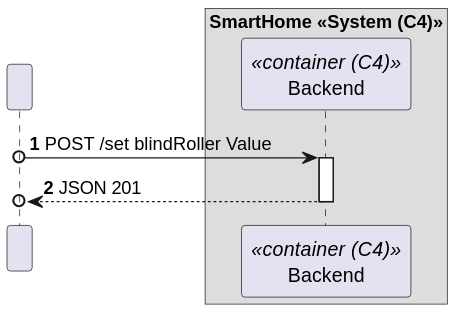
Before: docs/C4_4plus1_models/Level2/ProcessView/ProcessViewLevel2_UC16_v1.svg, a diagram exported from PlantUML (moutajDev/smarthome).
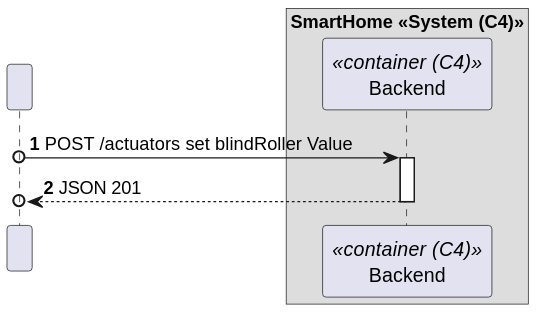
The same file after the commit.

The edit, as a diff of the source:
```diff
@@ -8,7 +8,7 @@
     participant Backend as BE<<container (C4)>>
     end box
 
-HTTP o-> BE : POST /set blindRoller Value
+HTTP o-> BE : POST /actuators set blindRoller Value
 activate BE
 
 BE -->o HTTP : JSON 201
```
